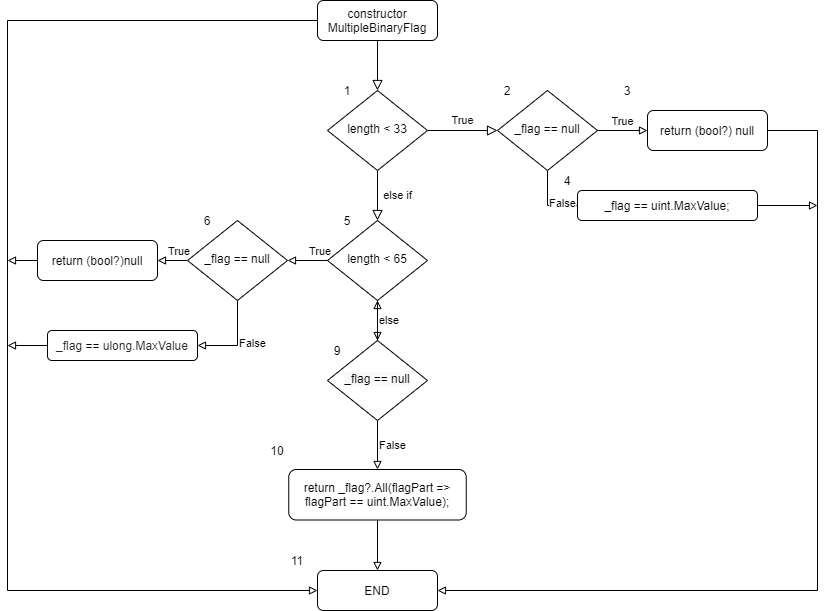
Dmytrenko-Roman/TestsLabs keeps this draw.io diagram as 2/diagrams/Diagram5.png. Above is the earlier version. Source tidied: cells renumbered, new cells last; positions are measured from the earlier drawing's top-left corner, leaving out a move shared by most shapes. The source it was exported from:
```xml
<mxGraphModel>
  <root>
    <mxCell id="0" />
    <mxCell id="1" parent="0" />
    <mxCell id="2" style="rounded=0;html=1;jettySize=auto;fontSize=11;endArrow=block;endFill=0;endSize=8;strokeWidth=1;shadow=0;labelBackgroundColor=none;edgeStyle=orthogonalEdgeStyle;" parent="1" edge="1" source="4" target="7">
      <mxGeometry relative="1" as="geometry" />
    </mxCell>
    <mxCell id="3" style="edgeStyle=orthogonalEdgeStyle;rounded=0;jettySize=auto;html=1;exitX=0;exitY=0.5;exitDx=0;exitDy=0;entryX=0;entryY=0.5;entryDx=0;entryDy=0;endArrow=block;endFill=0;" parent="1" edge="1" source="4" target="11">
      <mxGeometry relative="1" as="geometry">
        <Array as="points">
          <mxPoint y="20" />
          <mxPoint y="590" />
        </Array>
      </mxGeometry>
    </mxCell>
    <mxCell id="4" value="constructor MultipleBinaryFlag" style="rounded=1;whiteSpace=wrap;html=1;fontSize=12;glass=0;strokeWidth=1;shadow=0;" parent="1" vertex="1">
      <mxGeometry x="310" width="120" height="40" as="geometry" />
    </mxCell>
    <mxCell id="5" value="else if" style="rounded=0;html=1;jettySize=auto;fontSize=11;endArrow=block;endFill=0;endSize=8;strokeWidth=1;shadow=0;labelBackgroundColor=none;edgeStyle=orthogonalEdgeStyle;" parent="1" edge="1" source="7" target="10">
      <mxGeometry y="20" relative="1" as="geometry" />
    </mxCell>
    <mxCell id="6" value="True" style="edgeStyle=orthogonalEdgeStyle;rounded=0;html=1;jettySize=auto;fontSize=11;endArrow=block;endFill=0;endSize=8;strokeWidth=1;shadow=0;labelBackgroundColor=none;" parent="1" edge="1" source="7">
      <mxGeometry y="10" relative="1" as="geometry">
        <mxPoint x="490" y="130" as="targetPoint" />
      </mxGeometry>
    </mxCell>
    <mxCell id="7" value="length &amp;lt; 33" style="rhombus;whiteSpace=wrap;html=1;shadow=0;fontFamily=Helvetica;fontSize=12;align=center;strokeWidth=1;spacing=6;spacingTop=-4;" parent="1" vertex="1">
      <mxGeometry x="320" y="90" width="100" height="80" as="geometry" />
    </mxCell>
    <mxCell id="8" value="True" style="edgeStyle=orthogonalEdgeStyle;rounded=0;jettySize=auto;html=1;exitX=0;exitY=0.5;exitDx=0;exitDy=0;entryX=1;entryY=0.5;entryDx=0;entryDy=0;endArrow=block;endFill=0;align=left;verticalAlign=bottom;" parent="1" edge="1" source="10" target="21">
      <mxGeometry relative="1" as="geometry" />
    </mxCell>
    <mxCell id="9" style="edgeStyle=orthogonalEdgeStyle;rounded=0;jettySize=auto;html=1;exitX=0.5;exitY=1;exitDx=0;exitDy=0;entryX=0.5;entryY=0;entryDx=0;entryDy=0;endArrow=block;endFill=0;align=left;" parent="1" edge="1" source="10" target="28">
      <mxGeometry relative="1" as="geometry" />
    </mxCell>
    <mxCell id="10" value="length &amp;lt; 65" style="rhombus;whiteSpace=wrap;html=1;shadow=0;fontFamily=Helvetica;fontSize=12;align=center;strokeWidth=1;spacing=6;spacingTop=-4;" parent="1" vertex="1">
      <mxGeometry x="320" y="220" width="100" height="80" as="geometry" />
    </mxCell>
    <mxCell id="11" value="END" style="rounded=1;whiteSpace=wrap;html=1;fontSize=12;glass=0;strokeWidth=1;shadow=0;" parent="1" vertex="1">
      <mxGeometry x="310" y="570" width="120" height="40" as="geometry" />
    </mxCell>
    <mxCell id="12" value="True" style="edgeStyle=orthogonalEdgeStyle;rounded=0;jettySize=auto;html=1;exitX=1;exitY=0.5;exitDx=0;exitDy=0;entryX=0;entryY=0.5;entryDx=0;entryDy=0;verticalAlign=bottom;endArrow=block;endFill=0;" parent="1" edge="1" source="14" target="16">
      <mxGeometry relative="1" as="geometry" />
    </mxCell>
    <mxCell id="13" value="False" style="edgeStyle=orthogonalEdgeStyle;rounded=0;jettySize=auto;html=1;exitX=0.5;exitY=1;exitDx=0;exitDy=0;entryX=0;entryY=0.5;entryDx=0;entryDy=0;align=left;endArrow=block;endFill=0;" parent="1" edge="1" source="14" target="18">
      <mxGeometry relative="1" as="geometry" />
    </mxCell>
    <mxCell id="14" value="_flag == null" style="rhombus;whiteSpace=wrap;html=1;shadow=0;fontFamily=Helvetica;fontSize=12;align=center;strokeWidth=1;spacing=6;spacingTop=-4;" parent="1" vertex="1">
      <mxGeometry x="490" y="90" width="100" height="80" as="geometry" />
    </mxCell>
    <mxCell id="15" style="edgeStyle=orthogonalEdgeStyle;rounded=0;jettySize=auto;html=1;exitX=1;exitY=0.5;exitDx=0;exitDy=0;entryX=1;entryY=0.5;entryDx=0;entryDy=0;endArrow=block;endFill=0;" parent="1" edge="1" source="16" target="11">
      <mxGeometry relative="1" as="geometry">
        <Array as="points">
          <mxPoint x="810" y="130" />
          <mxPoint x="810" y="590" />
        </Array>
      </mxGeometry>
    </mxCell>
    <mxCell id="16" value="return (bool?) null" style="rounded=1;whiteSpace=wrap;html=1;fontSize=12;glass=0;strokeWidth=1;shadow=0;" parent="1" vertex="1">
      <mxGeometry x="640" y="110" width="120" height="40" as="geometry" />
    </mxCell>
    <mxCell id="17" style="edgeStyle=orthogonalEdgeStyle;rounded=0;jettySize=auto;html=1;exitX=1;exitY=0.5;exitDx=0;exitDy=0;align=left;endArrow=block;endFill=0;" parent="1" edge="1" source="18">
      <mxGeometry relative="1" as="geometry">
        <mxPoint x="810" y="205" as="targetPoint" />
        <Array as="points">
          <mxPoint x="810" y="205" />
        </Array>
      </mxGeometry>
    </mxCell>
    <mxCell id="18" value="&lt;span class=&quot;pl-smi&quot; style=&quot;box-sizing: border-box ; background-color: rgb(255 , 255 , 255)&quot;&gt;_flag&lt;/span&gt;&lt;span style=&quot;background-color: rgb(255 , 255 , 255)&quot;&gt; &lt;/span&gt;&lt;span class=&quot;pl-k&quot; style=&quot;box-sizing: border-box ; font-family: , &amp;#34;consolas&amp;#34; , &amp;#34;liberation mono&amp;#34; , &amp;#34;menlo&amp;#34; , monospace ; background-color: rgb(255 , 255 , 255)&quot;&gt;==&lt;/span&gt;&lt;span style=&quot;background-color: rgb(255 , 255 , 255)&quot;&gt; &lt;/span&gt;&lt;span class=&quot;pl-smi&quot; style=&quot;box-sizing: border-box ; background-color: rgb(255 , 255 , 255)&quot;&gt;uint&lt;/span&gt;&lt;span style=&quot;background-color: rgb(255 , 255 , 255)&quot;&gt;.&lt;/span&gt;&lt;span class=&quot;pl-smi&quot; style=&quot;box-sizing: border-box ; background-color: rgb(255 , 255 , 255)&quot;&gt;MaxValue&lt;/span&gt;&lt;span style=&quot;background-color: rgb(255 , 255 , 255)&quot;&gt;;&lt;/span&gt;" style="rounded=1;whiteSpace=wrap;html=1;fontSize=12;glass=0;strokeWidth=1;shadow=0;" parent="1" vertex="1">
      <mxGeometry x="570" y="190" width="180" height="30" as="geometry" />
    </mxCell>
    <mxCell id="19" value="True" style="edgeStyle=orthogonalEdgeStyle;rounded=0;jettySize=auto;html=1;exitX=0;exitY=0.5;exitDx=0;exitDy=0;entryX=1;entryY=0.5;entryDx=0;entryDy=0;endArrow=block;endFill=0;align=left;verticalAlign=bottom;spacingLeft=-6;" parent="1" edge="1" source="21" target="23">
      <mxGeometry relative="1" as="geometry" />
    </mxCell>
    <mxCell id="20" value="False" style="edgeStyle=orthogonalEdgeStyle;rounded=0;jettySize=auto;html=1;exitX=0.5;exitY=1;exitDx=0;exitDy=0;entryX=1;entryY=0.5;entryDx=0;entryDy=0;endArrow=block;endFill=0;align=left;" parent="1" edge="1" source="21" target="25">
      <mxGeometry relative="1" as="geometry" />
    </mxCell>
    <mxCell id="21" value="_flag == null" style="rhombus;whiteSpace=wrap;html=1;shadow=0;fontFamily=Helvetica;fontSize=12;align=center;strokeWidth=1;spacing=6;spacingTop=-4;" parent="1" vertex="1">
      <mxGeometry x="180" y="220" width="100" height="80" as="geometry" />
    </mxCell>
    <mxCell id="22" style="edgeStyle=orthogonalEdgeStyle;rounded=0;jettySize=auto;html=1;exitX=0;exitY=0.5;exitDx=0;exitDy=0;endArrow=block;endFill=0;" parent="1" edge="1" source="23">
      <mxGeometry relative="1" as="geometry">
        <mxPoint y="260" as="targetPoint" />
      </mxGeometry>
    </mxCell>
    <mxCell id="23" value="return&amp;nbsp;&lt;span style=&quot;color: rgb(36 , 41 , 46) ; font-family: , &amp;#34;consolas&amp;#34; , &amp;#34;liberation mono&amp;#34; , &amp;#34;menlo&amp;#34; , monospace ; background-color: rgb(255 , 255 , 255)&quot;&gt;(&lt;/span&gt;&lt;span class=&quot;pl-k&quot; style=&quot;box-sizing: border-box ; font-family: , &amp;#34;consolas&amp;#34; , &amp;#34;liberation mono&amp;#34; , &amp;#34;menlo&amp;#34; , monospace ; background-color: rgb(255 , 255 , 255)&quot;&gt;bool&lt;/span&gt;&lt;span style=&quot;color: rgb(36 , 41 , 46) ; font-family: , &amp;#34;consolas&amp;#34; , &amp;#34;liberation mono&amp;#34; , &amp;#34;menlo&amp;#34; , monospace ; background-color: rgb(255 , 255 , 255)&quot;&gt;?)&lt;/span&gt;&lt;span class=&quot;pl-c1&quot; style=&quot;box-sizing: border-box ; font-family: , &amp;#34;consolas&amp;#34; , &amp;#34;liberation mono&amp;#34; , &amp;#34;menlo&amp;#34; , monospace ; background-color: rgb(255 , 255 , 255)&quot;&gt;null&lt;/span&gt;" style="rounded=1;whiteSpace=wrap;html=1;fontSize=12;glass=0;strokeWidth=1;shadow=0;" parent="1" vertex="1">
      <mxGeometry x="30" y="240" width="120" height="40" as="geometry" />
    </mxCell>
    <mxCell id="24" style="edgeStyle=orthogonalEdgeStyle;rounded=0;jettySize=auto;html=1;exitX=0;exitY=0.5;exitDx=0;exitDy=0;endArrow=block;endFill=0;" parent="1" edge="1" source="25">
      <mxGeometry relative="1" as="geometry">
        <mxPoint y="345" as="targetPoint" />
      </mxGeometry>
    </mxCell>
    <mxCell id="25" value="&lt;span class=&quot;pl-smi&quot; style=&quot;box-sizing: border-box ; color: rgb(36 , 41 , 46) ; font-family: , &amp;#34;consolas&amp;#34; , &amp;#34;liberation mono&amp;#34; , &amp;#34;menlo&amp;#34; , monospace ; background-color: rgb(255 , 255 , 255)&quot;&gt;_flag&lt;/span&gt;&lt;span style=&quot;color: rgb(36 , 41 , 46) ; font-family: , &amp;#34;consolas&amp;#34; , &amp;#34;liberation mono&amp;#34; , &amp;#34;menlo&amp;#34; , monospace ; background-color: rgb(255 , 255 , 255)&quot;&gt; &lt;/span&gt;&lt;span class=&quot;pl-k&quot; style=&quot;box-sizing: border-box ; font-family: , &amp;#34;consolas&amp;#34; , &amp;#34;liberation mono&amp;#34; , &amp;#34;menlo&amp;#34; , monospace ; background-color: rgb(255 , 255 , 255)&quot;&gt;==&lt;/span&gt;&lt;span style=&quot;color: rgb(36 , 41 , 46) ; font-family: , &amp;#34;consolas&amp;#34; , &amp;#34;liberation mono&amp;#34; , &amp;#34;menlo&amp;#34; , monospace ; background-color: rgb(255 , 255 , 255)&quot;&gt; &lt;/span&gt;&lt;span class=&quot;pl-smi&quot; style=&quot;box-sizing: border-box ; color: rgb(36 , 41 , 46) ; font-family: , &amp;#34;consolas&amp;#34; , &amp;#34;liberation mono&amp;#34; , &amp;#34;menlo&amp;#34; , monospace ; background-color: rgb(255 , 255 , 255)&quot;&gt;ulong&lt;/span&gt;&lt;span style=&quot;color: rgb(36 , 41 , 46) ; font-family: , &amp;#34;consolas&amp;#34; , &amp;#34;liberation mono&amp;#34; , &amp;#34;menlo&amp;#34; , monospace ; background-color: rgb(255 , 255 , 255)&quot;&gt;.&lt;/span&gt;&lt;span class=&quot;pl-smi&quot; style=&quot;box-sizing: border-box ; color: rgb(36 , 41 , 46) ; font-family: , &amp;#34;consolas&amp;#34; , &amp;#34;liberation mono&amp;#34; , &amp;#34;menlo&amp;#34; , monospace ; background-color: rgb(255 , 255 , 255)&quot;&gt;MaxValue&lt;/span&gt;" style="rounded=1;whiteSpace=wrap;html=1;fontSize=12;glass=0;strokeWidth=1;shadow=0;" parent="1" vertex="1">
      <mxGeometry x="40" y="330" width="150" height="30" as="geometry" />
    </mxCell>
    <mxCell id="26" value="else" style="edgeStyle=orthogonalEdgeStyle;rounded=0;jettySize=auto;html=1;endArrow=block;endFill=0;align=left;" parent="1" edge="1" source="28" target="10">
      <mxGeometry relative="1" as="geometry" />
    </mxCell>
    <mxCell id="27" value="False" style="edgeStyle=orthogonalEdgeStyle;rounded=0;jettySize=auto;html=1;exitX=0.5;exitY=1;exitDx=0;exitDy=0;entryX=0.5;entryY=0;entryDx=0;entryDy=0;endArrow=block;endFill=0;align=left;" parent="1" edge="1" source="28" target="30">
      <mxGeometry relative="1" as="geometry" />
    </mxCell>
    <mxCell id="28" value="&#10;&#10;&lt;span style=&quot;color: rgb(0, 0, 0); font-family: helvetica; font-size: 12px; font-style: normal; font-weight: 400; letter-spacing: normal; text-align: center; text-indent: 0px; text-transform: none; word-spacing: 0px; background-color: rgb(248, 249, 250); display: inline; float: none;&quot;&gt;_flag == null&lt;/span&gt;&#10;&#10;" style="rhombus;whiteSpace=wrap;html=1;shadow=0;fontFamily=Helvetica;fontSize=12;align=center;strokeWidth=1;spacing=6;spacingTop=-4;" parent="1" vertex="1">
      <mxGeometry x="320" y="340" width="100" height="80" as="geometry" />
    </mxCell>
    <mxCell id="29" style="edgeStyle=orthogonalEdgeStyle;rounded=0;jettySize=auto;html=1;exitX=0.5;exitY=1;exitDx=0;exitDy=0;entryX=0.5;entryY=0;entryDx=0;entryDy=0;endArrow=block;endFill=0;align=left;" parent="1" edge="1" source="30" target="11">
      <mxGeometry relative="1" as="geometry" />
    </mxCell>
    <mxCell id="30" value="&lt;span class=&quot;pl-k&quot; style=&quot;box-sizing: border-box ; font-family: , &amp;#34;consolas&amp;#34; , &amp;#34;liberation mono&amp;#34; , &amp;#34;menlo&amp;#34; , monospace ; background-color: rgb(255 , 255 , 255)&quot;&gt;return&lt;/span&gt;&lt;span style=&quot;background-color: rgb(255 , 255 , 255)&quot;&gt; &lt;/span&gt;&lt;span class=&quot;pl-smi&quot; style=&quot;box-sizing: border-box ; background-color: rgb(255 , 255 , 255)&quot;&gt;_flag&lt;/span&gt;&lt;span class=&quot;pl-k&quot; style=&quot;box-sizing: border-box ; font-family: , &amp;#34;consolas&amp;#34; , &amp;#34;liberation mono&amp;#34; , &amp;#34;menlo&amp;#34; , monospace ; background-color: rgb(255 , 255 , 255)&quot;&gt;?&lt;/span&gt;&lt;span style=&quot;background-color: rgb(255 , 255 , 255)&quot;&gt;.&lt;/span&gt;&lt;span class=&quot;pl-en&quot; style=&quot;box-sizing: border-box ; font-family: , &amp;#34;consolas&amp;#34; , &amp;#34;liberation mono&amp;#34; , &amp;#34;menlo&amp;#34; , monospace ; background-color: rgb(255 , 255 , 255)&quot;&gt;All&lt;/span&gt;&lt;span style=&quot;background-color: rgb(255 , 255 , 255)&quot;&gt;(&lt;/span&gt;&lt;span class=&quot;pl-en&quot; style=&quot;box-sizing: border-box ; font-family: , &amp;#34;consolas&amp;#34; , &amp;#34;liberation mono&amp;#34; , &amp;#34;menlo&amp;#34; , monospace ; background-color: rgb(255 , 255 , 255)&quot;&gt;flagPart&lt;/span&gt;&lt;span style=&quot;background-color: rgb(255 , 255 , 255)&quot;&gt; &lt;/span&gt;&lt;span class=&quot;pl-k&quot; style=&quot;box-sizing: border-box ; font-family: , &amp;#34;consolas&amp;#34; , &amp;#34;liberation mono&amp;#34; , &amp;#34;menlo&amp;#34; , monospace ; background-color: rgb(255 , 255 , 255)&quot;&gt;=&amp;gt;&lt;/span&gt;&lt;span style=&quot;background-color: rgb(255 , 255 , 255)&quot;&gt; &lt;/span&gt;&lt;span class=&quot;pl-smi&quot; style=&quot;box-sizing: border-box ; background-color: rgb(255 , 255 , 255)&quot;&gt;flagPart&lt;/span&gt;&lt;span style=&quot;background-color: rgb(255 , 255 , 255)&quot;&gt; &lt;/span&gt;&lt;span class=&quot;pl-k&quot; style=&quot;box-sizing: border-box ; font-family: , &amp;#34;consolas&amp;#34; , &amp;#34;liberation mono&amp;#34; , &amp;#34;menlo&amp;#34; , monospace ; background-color: rgb(255 , 255 , 255)&quot;&gt;==&lt;/span&gt;&lt;span style=&quot;background-color: rgb(255 , 255 , 255)&quot;&gt; &lt;/span&gt;&lt;span class=&quot;pl-smi&quot; style=&quot;box-sizing: border-box ; background-color: rgb(255 , 255 , 255)&quot;&gt;uint&lt;/span&gt;&lt;span style=&quot;background-color: rgb(255 , 255 , 255)&quot;&gt;.&lt;/span&gt;&lt;span class=&quot;pl-smi&quot; style=&quot;box-sizing: border-box ; background-color: rgb(255 , 255 , 255)&quot;&gt;MaxValue&lt;/span&gt;&lt;span style=&quot;background-color: rgb(255 , 255 , 255)&quot;&gt;);&lt;/span&gt;" style="rounded=1;whiteSpace=wrap;html=1;fontSize=12;glass=0;strokeWidth=1;shadow=0;" parent="1" vertex="1">
      <mxGeometry x="281.2" y="469" width="177.5" height="50.5" as="geometry" />
    </mxCell>
    <mxCell id="31" value="1" style="text;html=1;strokeColor=none;fillColor=none;align=center;verticalAlign=middle;whiteSpace=wrap;rounded=0;" parent="1" vertex="1">
      <mxGeometry x="320" y="80" width="40" height="20" as="geometry" />
    </mxCell>
    <mxCell id="32" value="2" style="text;html=1;strokeColor=none;fillColor=none;align=center;verticalAlign=middle;whiteSpace=wrap;rounded=0;" parent="1" vertex="1">
      <mxGeometry x="480" y="80" width="40" height="20" as="geometry" />
    </mxCell>
    <mxCell id="33" value="3" style="text;html=1;strokeColor=none;fillColor=none;align=center;verticalAlign=middle;whiteSpace=wrap;rounded=0;" parent="1" vertex="1">
      <mxGeometry x="600" y="80" width="40" height="20" as="geometry" />
    </mxCell>
    <mxCell id="34" value="4" style="text;html=1;strokeColor=none;fillColor=none;align=center;verticalAlign=middle;whiteSpace=wrap;rounded=0;" parent="1" vertex="1">
      <mxGeometry x="540" y="170" width="40" height="20" as="geometry" />
    </mxCell>
    <mxCell id="35" value="5" style="text;html=1;strokeColor=none;fillColor=none;align=center;verticalAlign=middle;whiteSpace=wrap;rounded=0;" parent="1" vertex="1">
      <mxGeometry x="320" y="210" width="40" height="20" as="geometry" />
    </mxCell>
    <mxCell id="36" value="6" style="text;html=1;strokeColor=none;fillColor=none;align=center;verticalAlign=middle;whiteSpace=wrap;rounded=0;" parent="1" vertex="1">
      <mxGeometry x="180" y="210" width="40" height="20" as="geometry" />
    </mxCell>
    <mxCell id="37" value="9" style="text;html=1;strokeColor=none;fillColor=none;align=center;verticalAlign=middle;whiteSpace=wrap;rounded=0;" parent="1" vertex="1">
      <mxGeometry x="310" y="340" width="40" height="20" as="geometry" />
    </mxCell>
    <mxCell id="38" value="10" style="text;html=1;strokeColor=none;fillColor=none;align=center;verticalAlign=middle;whiteSpace=wrap;rounded=0;" parent="1" vertex="1">
      <mxGeometry x="250" y="439.5" width="40" height="20" as="geometry" />
    </mxCell>
    <mxCell id="39" value="11" style="text;html=1;strokeColor=none;fillColor=none;align=center;verticalAlign=middle;whiteSpace=wrap;rounded=0;" parent="1" vertex="1">
      <mxGeometry x="270" y="550" width="40" height="20" as="geometry" />
    </mxCell>
  </root>
</mxGraphModel>
```
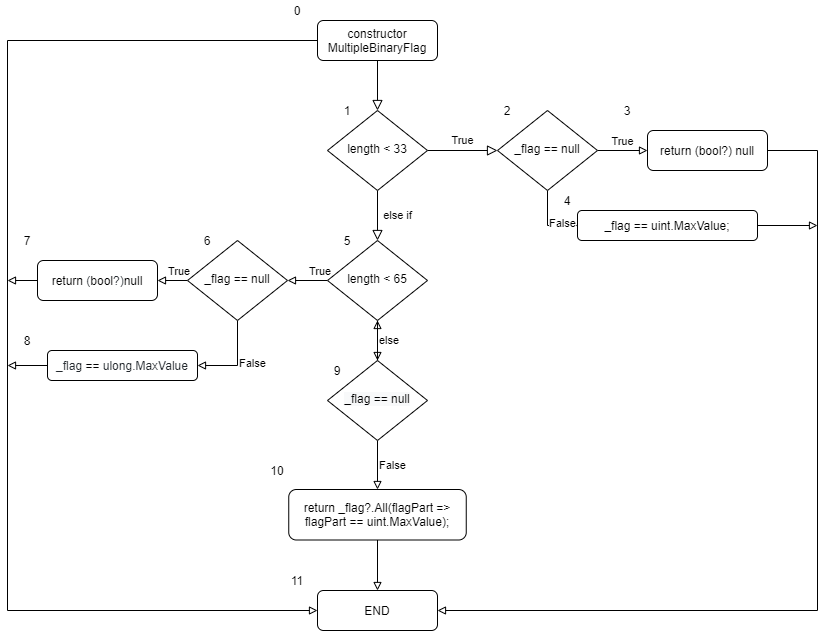
After the commit.

The edit, as a diff of the source:
```diff
@@ -137,5 +137,14 @@
     <mxCell id="39" value="11" style="text;html=1;strokeColor=none;fillColor=none;align=center;verticalAlign=middle;whiteSpace=wrap;rounded=0;" parent="1" vertex="1">
       <mxGeometry x="270" y="550" width="40" height="20" as="geometry" />
     </mxCell>
+    <mxCell id="40" value="0" style="text;html=1;strokeColor=none;fillColor=none;align=center;verticalAlign=middle;whiteSpace=wrap;rounded=0;" parent="1" vertex="1">
+      <mxGeometry x="270" y="-20" width="40" height="20" as="geometry" />
+    </mxCell>
+    <mxCell id="41" value="7" style="text;html=1;strokeColor=none;fillColor=none;align=center;verticalAlign=middle;whiteSpace=wrap;rounded=0;" parent="1" vertex="1">
+      <mxGeometry y="210" width="40" height="20" as="geometry" />
+    </mxCell>
+    <mxCell id="42" value="8" style="text;html=1;strokeColor=none;fillColor=none;align=center;verticalAlign=middle;whiteSpace=wrap;rounded=0;" parent="1" vertex="1">
+      <mxGeometry y="310" width="40" height="20" as="geometry" />
+    </mxCell>
   </root>
 </mxGraphModel>
```
